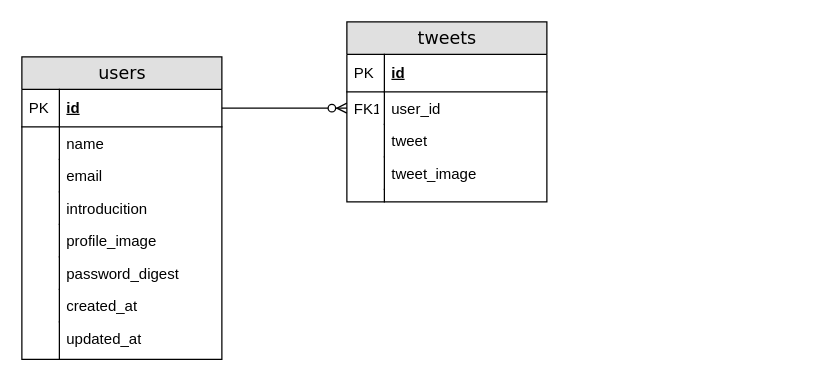
Above: 0129_テーブル設計.drawio in Masashi0411/til (draw.io), before the change. Source tidied: cells renumbered, new cells numbered last; positions are measured from the earlier drawing's top-left corner, leaving out a move shared by most shapes. Both pictures are drawn from the tidied source at 125%, with x=0, y=0 at pixel (21, 21).
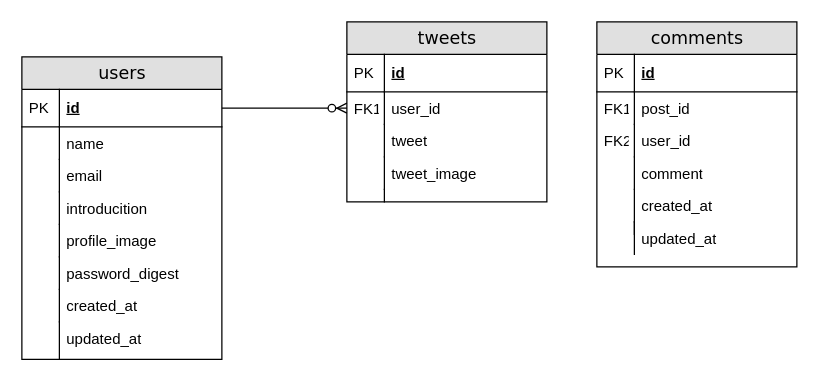
Above is the later version.

Commit message:
0129_テーブル設計.drawio を更新します

The edit, as a diff of the source:
```diff
@@
+    <mxCell id="31" value="comments" style="swimlane;html=1;fontStyle=0;horizontal=1;startSize=26;fillColor=#e0e0e0;swimlaneFillColor=#ffffff;align=center;rounded=0;shadow=0;comic=0;labelBackgroundColor=none;strokeWidth=1;fontFamily=Verdana;fontSize=14;" parent="1" vertex="1">
+      <mxGeometry x="460" width="160" height="196" as="geometry" />
+    </mxCell>
+    <mxCell id="32" value="id" style="shape=partialRectangle;top=0;left=0;right=0;bottom=1;html=1;align=left;verticalAlign=middle;fillColor=none;spacingLeft=34;spacingRight=4;whiteSpace=wrap;overflow=hidden;fontStyle=5;" parent="31" vertex="1">
+      <mxGeometry y="26" width="160" height="30" as="geometry" />
+    </mxCell>
+    <mxCell id="33" value="PK" style="shape=partialRectangle;top=0;left=0;bottom=0;html=1;fillColor=none;align=left;verticalAlign=middle;spacingLeft=4;spacingRight=4;whiteSpace=wrap;overflow=hidden;" parent="32" vertex="1">
+      <mxGeometry width="30" height="30" as="geometry" />
+    </mxCell>
+    <mxCell id="34" value="post_id" style="shape=partialRectangle;top=0;left=0;right=0;bottom=0;html=1;align=left;verticalAlign=top;fillColor=none;spacingLeft=34;spacingRight=4;whiteSpace=wrap;overflow=hidden;" parent="31" vertex="1">
+      <mxGeometry y="56" width="160" height="26" as="geometry" />
+    </mxCell>
+    <mxCell id="35" value="FK1" style="shape=partialRectangle;top=0;left=0;bottom=0;html=1;fillColor=none;align=left;verticalAlign=top;spacingLeft=4;spacingRight=4;whiteSpace=wrap;overflow=hidden;" parent="34" vertex="1">
+      <mxGeometry width="30" height="26" as="geometry" />
+    </mxCell>
+    <mxCell id="36" value="user_id" style="shape=partialRectangle;top=0;left=0;right=0;bottom=0;html=1;align=left;verticalAlign=top;fillColor=none;spacingLeft=34;spacingRight=4;whiteSpace=wrap;overflow=hidden;" parent="31" vertex="1">
+      <mxGeometry y="82" width="160" height="26" as="geometry" />
+    </mxCell>
+    <mxCell id="37" value="FK2" style="shape=partialRectangle;top=0;left=0;bottom=0;html=1;fillColor=none;align=left;verticalAlign=top;spacingLeft=4;spacingRight=4;whiteSpace=wrap;overflow=hidden;" parent="36" vertex="1">
+      <mxGeometry width="30" height="26" as="geometry" />
+    </mxCell>
+    <mxCell id="38" value="comment" style="shape=partialRectangle;top=0;left=0;right=0;bottom=0;html=1;align=left;verticalAlign=top;fillColor=none;spacingLeft=34;spacingRight=4;whiteSpace=wrap;overflow=hidden;" parent="31" vertex="1">
+      <mxGeometry y="108" width="160" height="26" as="geometry" />
+    </mxCell>
+    <mxCell id="39" style="shape=partialRectangle;top=0;left=0;bottom=0;html=1;fillColor=none;align=left;verticalAlign=top;spacingLeft=4;spacingRight=4;whiteSpace=wrap;overflow=hidden;" parent="38" vertex="1">
+      <mxGeometry width="30" height="26" as="geometry" />
+    </mxCell>
+    <mxCell id="40" value="created_at" style="shape=partialRectangle;top=0;left=0;right=0;bottom=0;html=1;align=left;verticalAlign=top;fillColor=none;spacingLeft=34;spacingRight=4;whiteSpace=wrap;overflow=hidden;" parent="31" vertex="1">
+      <mxGeometry y="134" width="160" height="26" as="geometry" />
+    </mxCell>
+    <mxCell id="41" style="shape=partialRectangle;top=0;left=0;bottom=0;html=1;fillColor=none;align=left;verticalAlign=top;spacingLeft=4;spacingRight=4;whiteSpace=wrap;overflow=hidden;" parent="40" vertex="1">
+      <mxGeometry width="30" height="26" as="geometry" />
+    </mxCell>
+    <mxCell id="42" style="shape=partialRectangle;top=0;left=0;right=0;bottom=0;html=1;align=left;verticalAlign=top;fillColor=none;spacingLeft=34;spacingRight=4;whiteSpace=wrap;overflow=hidden;" parent="31" vertex="1">
+      <mxGeometry y="160" width="160" height="10" as="geometry" />
+    </mxCell>
+    <mxCell id="43" style="shape=partialRectangle;top=0;left=0;bottom=0;html=1;fillColor=none;align=left;verticalAlign=top;spacingLeft=4;spacingRight=4;whiteSpace=wrap;overflow=hidden;" parent="42" vertex="1">
+      <mxGeometry width="30" height="10" as="geometry" />
+    </mxCell>
+    <mxCell id="44" value="updated_at" style="shape=partialRectangle;top=0;left=0;right=0;bottom=0;html=1;align=left;verticalAlign=top;fillColor=none;spacingLeft=34;spacingRight=4;whiteSpace=wrap;overflow=hidden;" parent="1" vertex="1">
+      <mxGeometry x="460" y="160" width="160" height="26" as="geometry" />
+    </mxCell>
+    <mxCell id="45" style="shape=partialRectangle;top=0;left=0;bottom=0;html=1;fillColor=none;align=left;verticalAlign=top;spacingLeft=4;spacingRight=4;whiteSpace=wrap;overflow=hidden;" parent="44" vertex="1">
+      <mxGeometry width="30" height="26" as="geometry" />
+    </mxCell>
```
